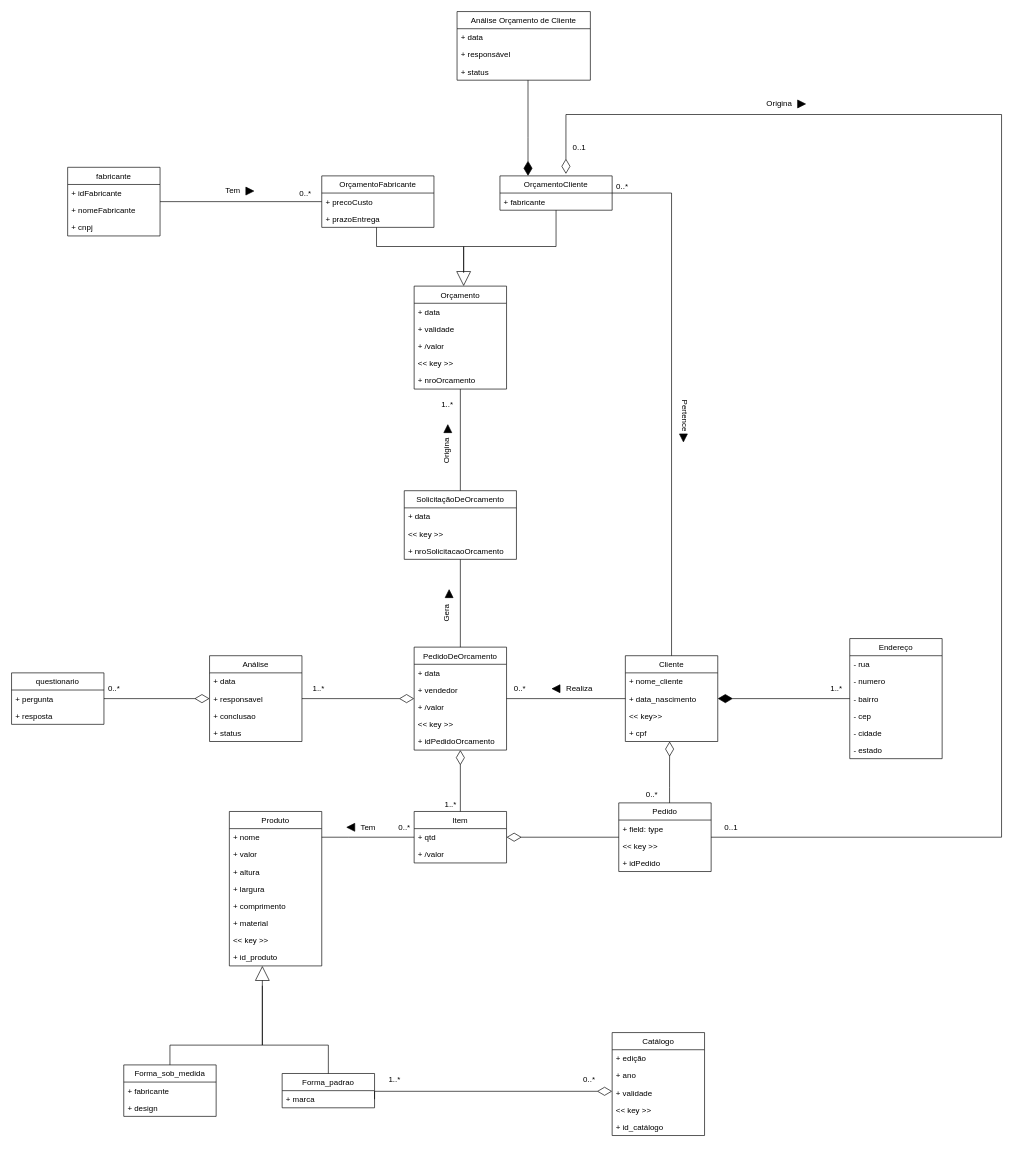
Before: Documentation/20 - Modelo Conceitual de Negócio (Um para cada Nó Operacional).drawio in Systematicos/FindingApp, a draw.io diagram. Source tidied: cells renumbered, new cells numbered last; positions are measured from the earlier drawing's top-left corner, leaving out a move shared by most shapes. Both pictures are drawn from the tidied source at 66%, with x=0, y=0 at pixel (11, 11).
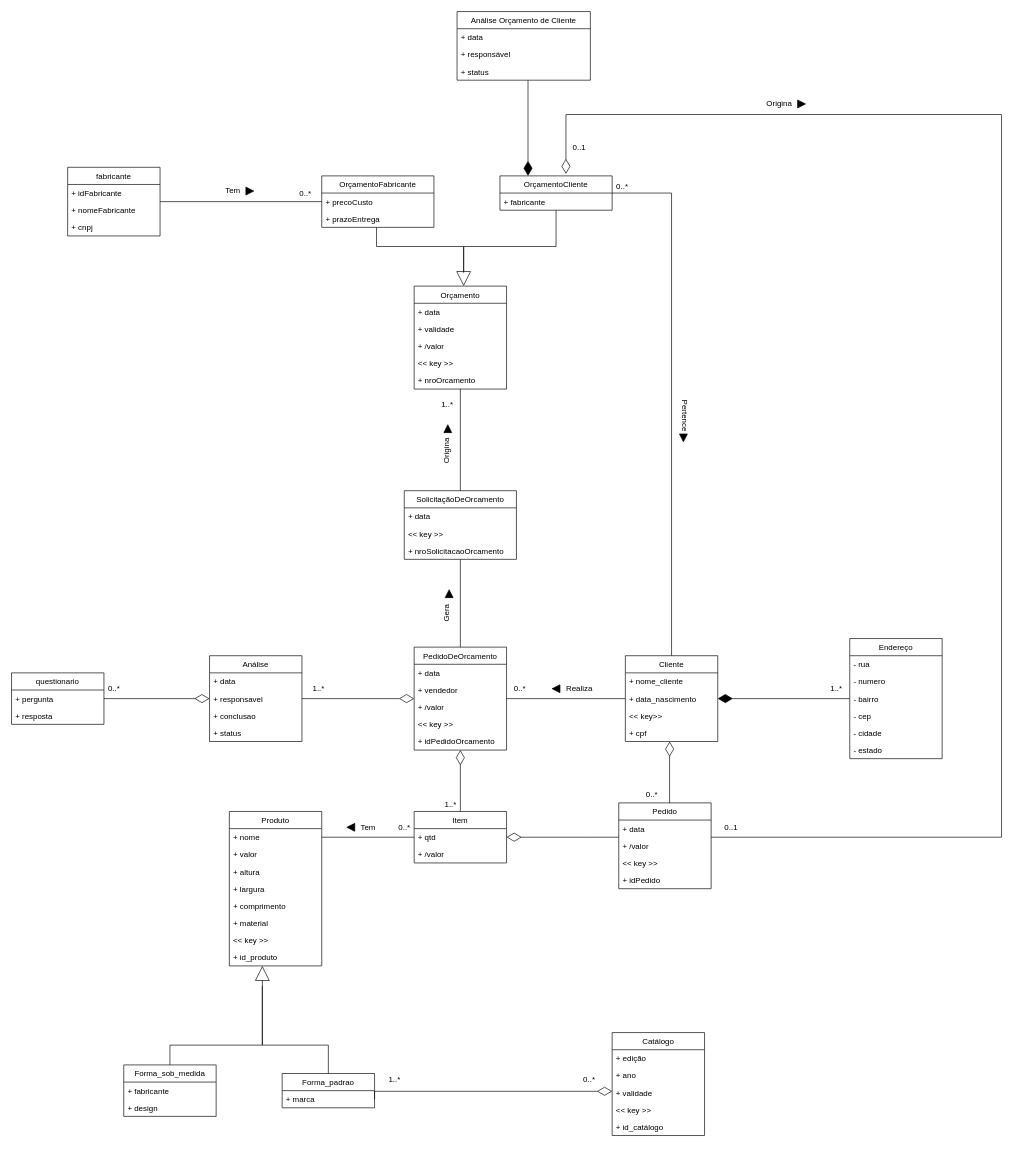
The same diagram, later.

The change refers to these unchanged cells:
```xml
<mxCell id="39" value="+ qtd" style="text;strokeColor=none;fillColor=none;align=left;verticalAlign=top;spacingLeft=4;spacingRight=4;overflow=hidden;points=[[0,0.5],[1,0.5]];portConstraint=eastwest;" parent="38" vertex="1">
  <mxGeometry y="26" width="140" height="26" as="geometry" />
</mxCell>
```

The edit, as a diff of the source:
```diff
@@
     <mxCell id="111" style="edgeStyle=orthogonalEdgeStyle;rounded=0;jettySize=auto;html=1;startArrow=none;startFill=0;startSize=20;endArrow=diamondThin;endFill=0;endSize=20;" parent="1" edge="1" source="114" target="39">
-      <mxGeometry relative="1" as="geometry" />
+      <mxGeometry relative="1" as="geometry">
+        <Array as="points">
+          <mxPoint x="870" y="1251" />
+          <mxPoint x="870" y="1251" />
+        </Array>
+      </mxGeometry>
     </mxCell>
@@
     <mxCell id="114" value="Pedido" style="swimlane;fontStyle=0;horizontal=1;startSize=26;fillColor=none;align=center;" parent="1" vertex="1">
-      <mxGeometry x="920" y="1199" width="140" height="104" as="geometry" />
+      <mxGeometry x="920" y="1199" width="140" height="130" as="geometry" />
     </mxCell>
-    <mxCell id="115" value="+ field: type" style="text;strokeColor=none;fillColor=none;align=left;verticalAlign=top;spacingLeft=4;spacingRight=4;overflow=hidden;" parent="114" vertex="1">
-      <mxGeometry y="26" width="140" height="26" as="geometry" />
-    </mxCell>
+    <mxCell id="132" value="+ data" style="text;strokeColor=none;fillColor=none;align=left;verticalAlign=top;spacingLeft=4;spacingRight=4;overflow=hidden;" parent="114" vertex="1">
+      <mxGeometry y="26" width="140" height="26" as="geometry" />
+    </mxCell>
+    <mxCell id="133" value="+ /valor" style="text;strokeColor=none;fillColor=none;align=left;verticalAlign=top;spacingLeft=4;spacingRight=4;overflow=hidden;" parent="114" vertex="1">
+      <mxGeometry y="52" width="140" height="26" as="geometry" />
+    </mxCell>
     <mxCell id="116" value="&lt;&lt; key &gt;&gt;" style="text;strokeColor=none;fillColor=none;align=left;verticalAlign=top;spacingLeft=4;spacingRight=4;overflow=hidden;" parent="114" vertex="1">
-      <mxGeometry y="52" width="140" height="26" as="geometry" />
+      <mxGeometry y="78" width="140" height="26" as="geometry" />
     </mxCell>
     <mxCell id="117" value="+ idPedido" style="text;strokeColor=none;fillColor=none;align=left;verticalAlign=top;spacingLeft=4;spacingRight=4;overflow=hidden;" parent="114" vertex="1">
-      <mxGeometry y="78" width="140" height="26" as="geometry" />
+      <mxGeometry y="104" width="140" height="26" as="geometry" />
     </mxCell>
```
